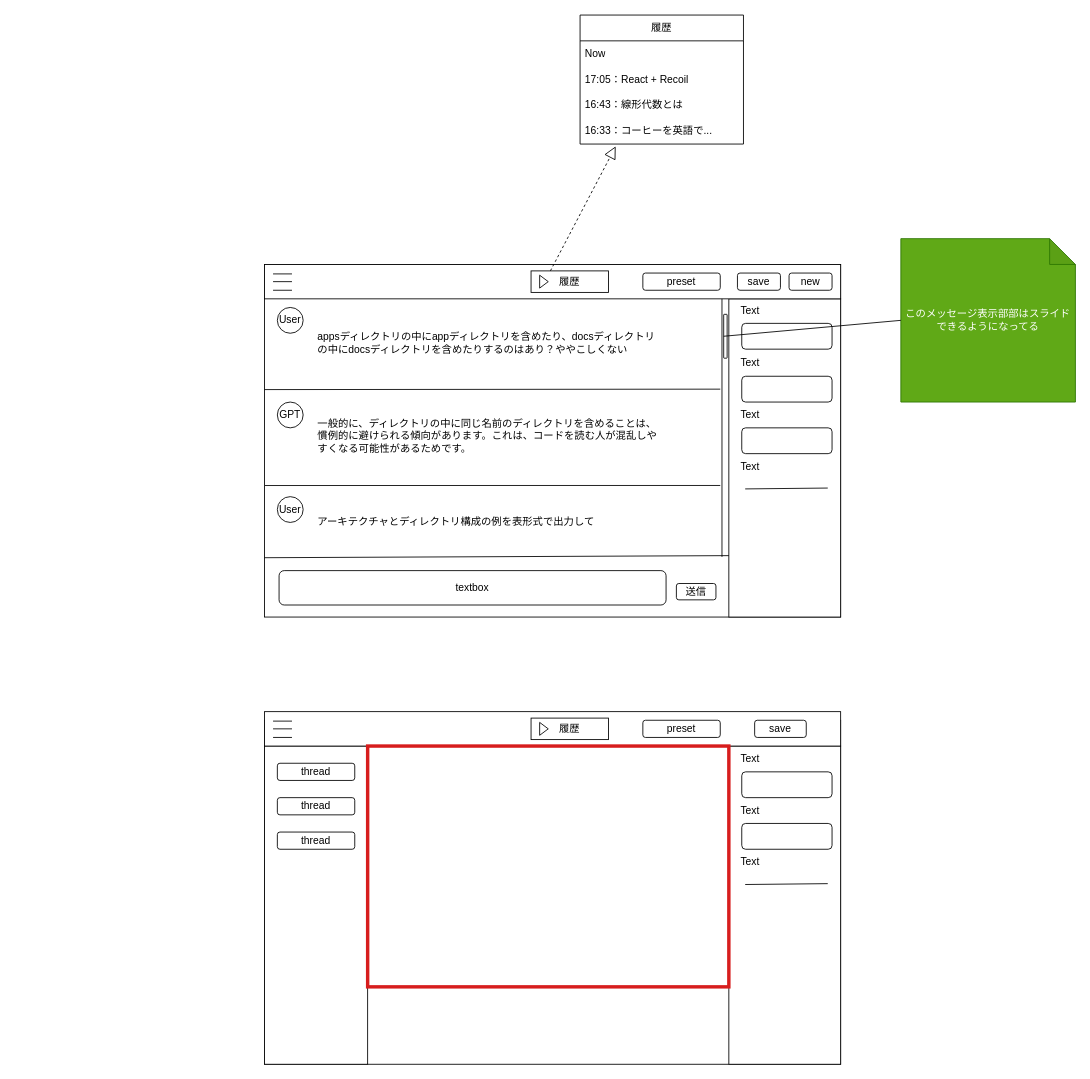
Earlier version of the draw.io diagram docs/ui-v1.drawio (bamboo-house/BambooGPT). Source tidied: cells renumbered, new cells numbered last; positions are measured from the earlier drawing's top-left corner, leaving out a move shared by most shapes. Both pictures are drawn from the tidied source at 86%, with x=0, y=0 at pixel (264, 15).
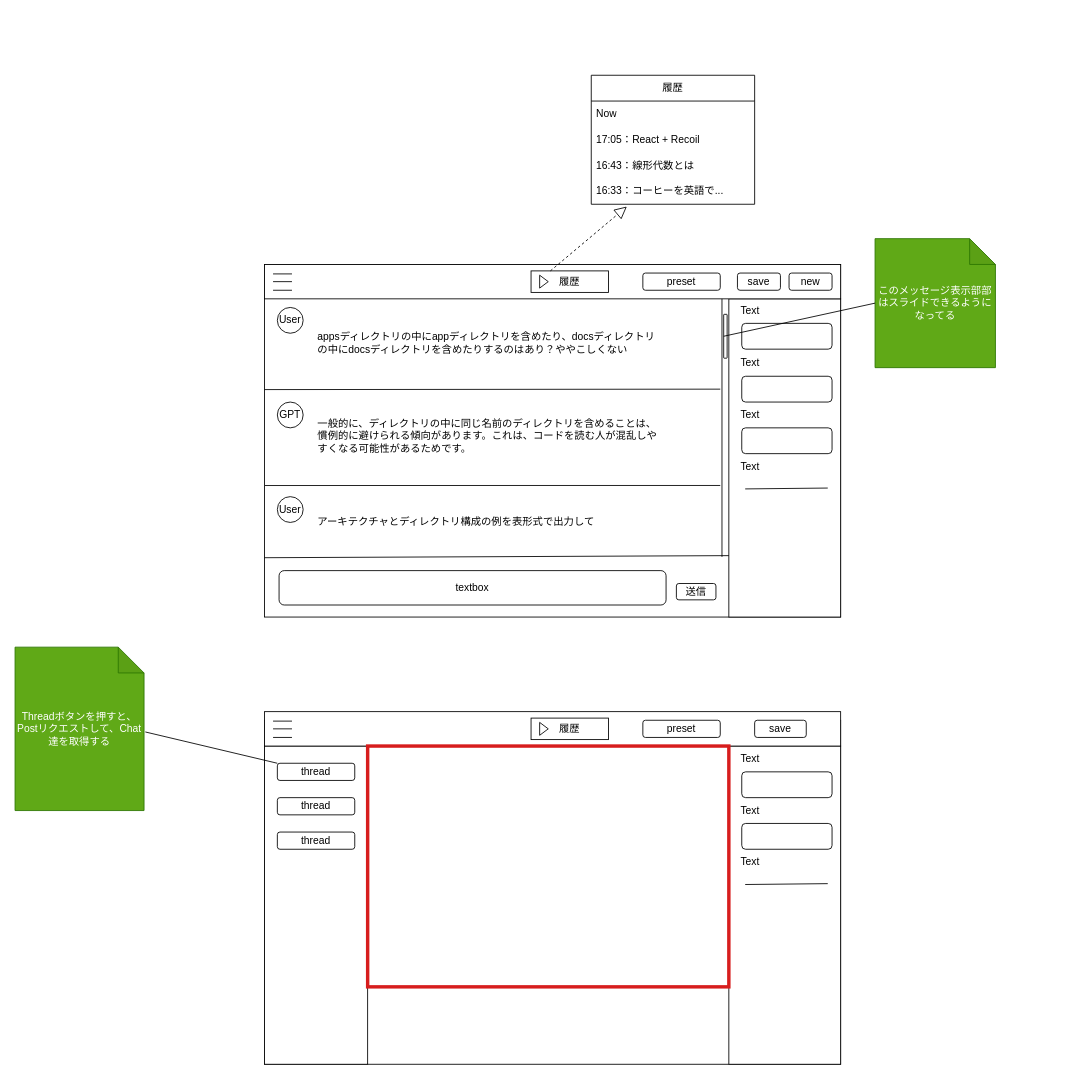
After the change.

Unchanged cells that the change refers to:
```xml
<mxCell id="25" value="thread" style="rounded=1;whiteSpace=wrap;html=1;" parent="1" vertex="1">
  <mxGeometry x="15" y="870" width="90" height="20" as="geometry" />
</mxCell>
```

The edit, as a diff of the source:
```diff
@@
     <mxCell id="37" value="履歴" style="swimlane;fontStyle=0;horizontal=1;startSize=30;whiteSpace=wrap;html=1;" parent="1" vertex="1">
-      <mxGeometry x="367" width="190" height="150" as="geometry" />
+      <mxGeometry x="380" y="70" width="190" height="150" as="geometry" />
     </mxCell>
@@
     <mxCell id="50" value="このメッセージ表示部部はスライドできるようになってる" style="shape=note;whiteSpace=wrap;html=1;backgroundOutline=1;darkOpacity=0.05;fillColor=#60a917;fontColor=#ffffff;strokeColor=#2D7600;" parent="1" vertex="1">
-      <mxGeometry x="740" y="260" width="203" height="190" as="geometry" />
+      <mxGeometry x="710" y="260" width="140" height="150" as="geometry" />
     </mxCell>
@@
+    <mxCell id="63" value="Threadボタンを押すと、Postリクエストして、Chat達を取得する" style="shape=note;whiteSpace=wrap;html=1;backgroundOutline=1;darkOpacity=0.05;fillColor=#60a917;fontColor=#ffffff;strokeColor=#2D7600;align=center;" parent="1" vertex="1">
+      <mxGeometry x="-290" y="735" width="150" height="190" as="geometry" />
+    </mxCell>
+    <mxCell id="64" style="endArrow=none;html=1;exitX=1.01;exitY=0.519;exitDx=0;exitDy=0;exitPerimeter=0;entryX=0;entryY=0;entryDx=0;entryDy=0;" parent="1" edge="1" source="63" target="25">
+      <mxGeometry relative="1" as="geometry" />
+    </mxCell>
```
